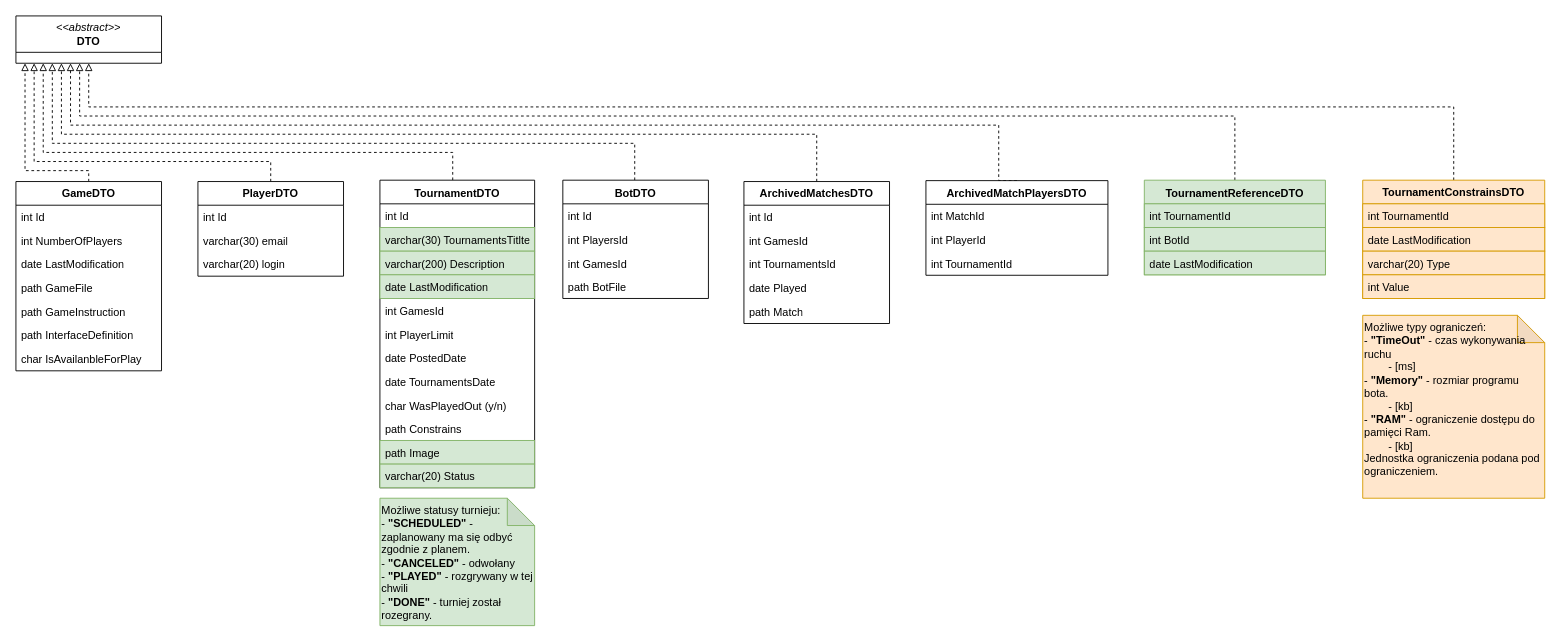
jordus100/Bot-Wars-front keeps this draw.io diagram as page "Plan Bazy Danych" (2 of 5) of docs/System Architecture.drawio. Above is the earlier version. Source tidied: cells renumbered, new cells numbered last; positions are measured from the earlier drawing's top-left corner, leaving out a move shared by most shapes. Both pictures are drawn from the tidied source at 91%, with x=0, y=0 at pixel (15, 15).
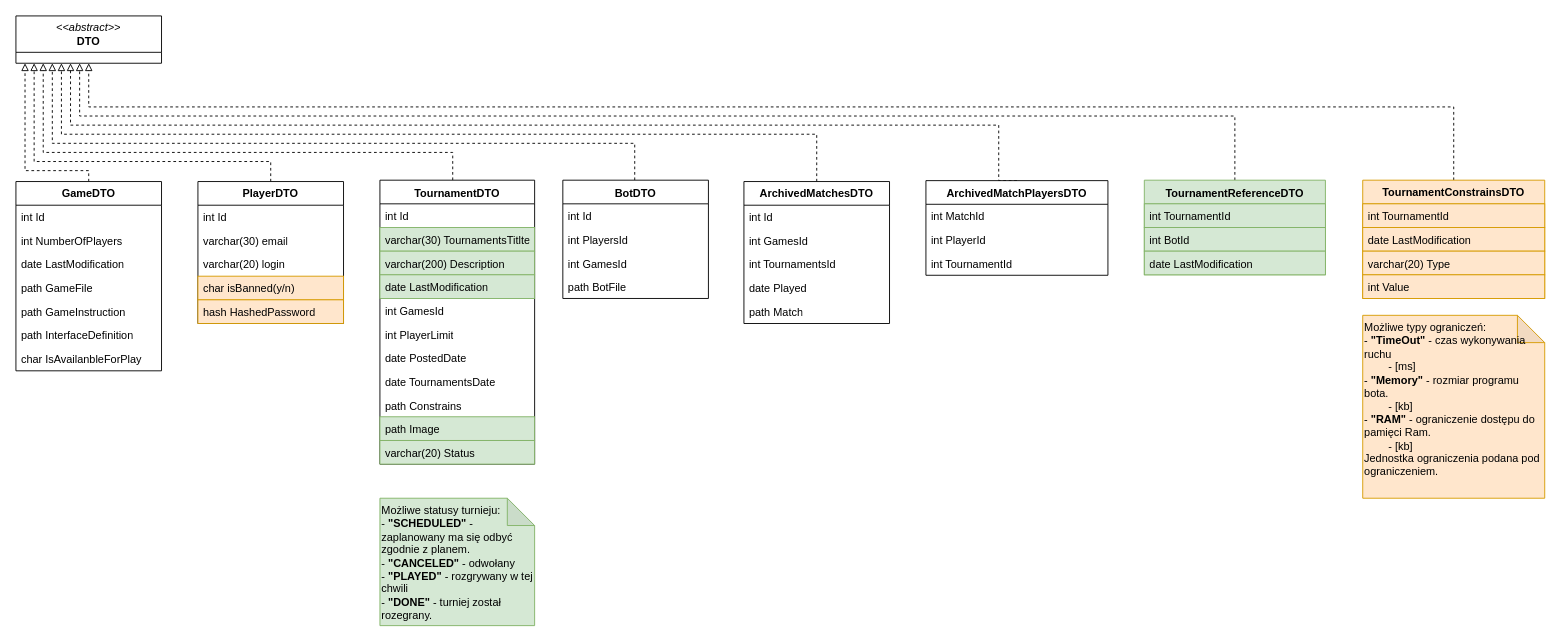
The same page after the edit.

What changed in the source:
```diff
@@
     <mxCell id="14" value="TournamentDTO" style="swimlane;fontStyle=1;align=center;verticalAlign=top;horizontal=1;startSize=26;whiteSpace=wrap;html=1;" parent="1" vertex="1">
-      <mxGeometry x="400" y="180.5" width="170" height="338" as="geometry" />
+      <mxGeometry x="400" y="180.5" width="170" height="312" as="geometry" />
     </mxCell>
@@
-    <mxCell id="23" value="char WasPlayedOut (y/n)" style="text;strokeColor=none;fillColor=none;align=left;verticalAlign=top;spacingLeft=4;spacingRight=4;overflow=hidden;whiteSpace=wrap;html=1;" parent="14" vertex="1">
-      <mxGeometry y="234" width="170" height="26" as="geometry" />
-    </mxCell>
     <mxCell id="24" value="path&amp;nbsp;Constrains" style="text;strokeColor=none;fillColor=none;align=left;verticalAlign=top;spacingLeft=4;spacingRight=4;overflow=hidden;whiteSpace=wrap;html=1;" parent="14" vertex="1">
-      <mxGeometry y="260" width="170" height="26" as="geometry" />
+      <mxGeometry y="234" width="170" height="26" as="geometry" />
     </mxCell>
     <mxCell id="25" value="path Image" style="text;strokeColor=#82b366;fillColor=#d5e8d4;align=left;verticalAlign=top;spacingLeft=4;spacingRight=4;overflow=hidden;whiteSpace=wrap;html=1;" parent="14" vertex="1">
-      <mxGeometry y="286" width="170" height="26" as="geometry" />
+      <mxGeometry y="260" width="170" height="26" as="geometry" />
     </mxCell>
     <mxCell id="26" value="varchar(20) Status" style="text;strokeColor=#82b366;fillColor=#d5e8d4;align=left;verticalAlign=top;spacingLeft=4;spacingRight=4;overflow=hidden;whiteSpace=wrap;html=1;" parent="14" vertex="1">
-      <mxGeometry y="312" width="170" height="26" as="geometry" />
+      <mxGeometry y="286" width="170" height="26" as="geometry" />
     </mxCell>
@@
     <mxCell id="40" value="PlayerDTO" style="swimlane;fontStyle=1;align=center;verticalAlign=top;horizontal=1;startSize=26;whiteSpace=wrap;html=1;" parent="1" vertex="1">
-      <mxGeometry x="200" y="182" width="160" height="104" as="geometry" />
+      <mxGeometry x="200" y="182" width="160" height="156" as="geometry" />
     </mxCell>
@@
+    <mxCell id="62" value="char isBanned(y/n)" style="text;strokeColor=#d79b00;fillColor=#ffe6cc;align=left;verticalAlign=top;spacingLeft=4;spacingRight=4;overflow=hidden;whiteSpace=wrap;html=1;" parent="40" vertex="1">
+      <mxGeometry y="104" width="160" height="26" as="geometry" />
+    </mxCell>
+    <mxCell id="63" value="hash HashedPassword" style="text;strokeColor=#d79b00;fillColor=#ffe6cc;align=left;verticalAlign=top;spacingLeft=4;spacingRight=4;overflow=hidden;whiteSpace=wrap;html=1;" parent="40" vertex="1">
+      <mxGeometry y="130" width="160" height="26" as="geometry" />
+    </mxCell>
```
